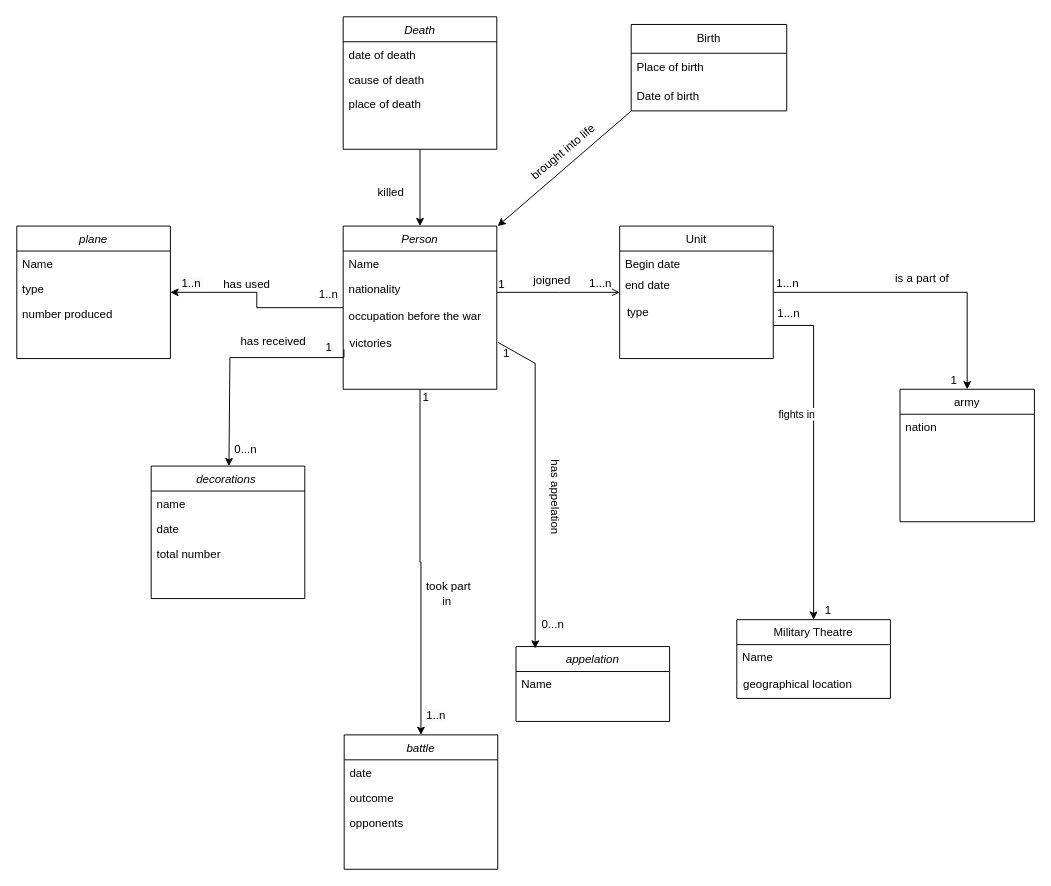
Earlier version of the draw.io diagram testmodele.drawio (samohTDNM/Les-as-de-la-Grande-Guerre-). Source tidied: cells renumbered, new cells numbered last; positions are measured from the earlier drawing's top-left corner, leaving out a move shared by most shapes. Both pictures are drawn from the tidied source at 96%, with x=0, y=0 at pixel (16, 16).
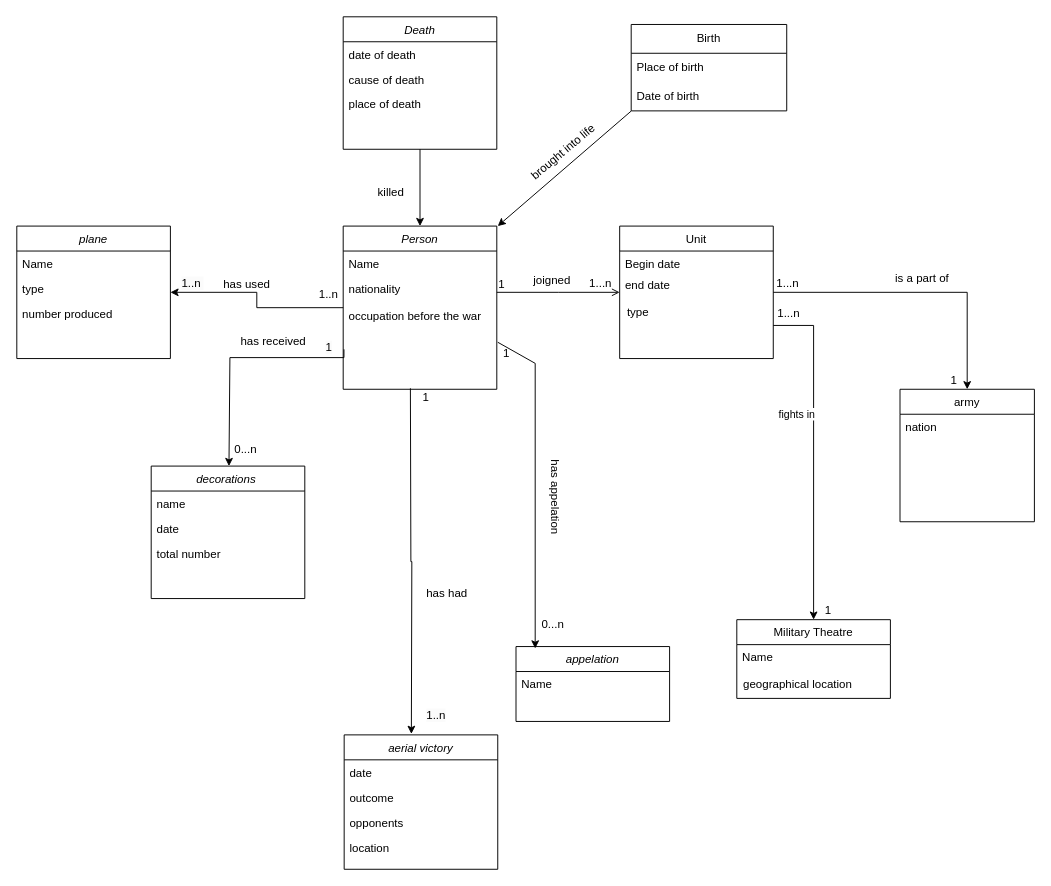
The same page after the edit.

Unchanged cells that the change refers to:
```xml
<mxCell id="4" value="Person" style="swimlane;fontStyle=2;align=center;verticalAlign=top;horizontal=1;startSize=26;rounded=0;shadow=0;strokeWidth=1;" parent="1" vertex="1">
  <mxGeometry x="340" y="218" width="160" height="170" as="geometry" />
</mxCell>
```

Change to the diagram source:
```diff
@@
-    <mxCell id="3" style="edgeStyle=orthogonalEdgeStyle;rounded=0;jettySize=auto;html=1;" parent="1" edge="1" source="4" target="29">
-      <mxGeometry relative="1" as="geometry" />
+    <mxCell id="3" style="edgeStyle=orthogonalEdgeStyle;rounded=0;orthogonalLoop=1;jettySize=auto;html=1;" parent="1" edge="1">
+      <mxGeometry relative="1" as="geometry">
+        <mxPoint x="410" y="387" as="sourcePoint" />
+        <mxPoint x="411" y="747" as="targetPoint" />
+      </mxGeometry>
     </mxCell>
@@
-    <mxCell id="29" value="battle&#10;" style="swimlane;fontStyle=2;align=center;verticalAlign=top;horizontal=1;startSize=26;rounded=0;shadow=0;strokeWidth=1;" parent="1" vertex="1">
+    <mxCell id="29" value="aerial victory" style="swimlane;fontStyle=2;align=center;verticalAlign=top;horizontal=1;startSize=26;rounded=0;shadow=0;strokeWidth=1;" parent="1" vertex="1">
       <mxGeometry x="341" y="748" width="160" height="140" as="geometry" />
     </mxCell>
@@
+    <mxCell id="70" value="location" style="text;align=left;verticalAlign=top;spacingLeft=4;spacingRight=4;overflow=hidden;rounded=0;shadow=0;html=0;" parent="29" vertex="1">
+      <mxGeometry y="104" width="160" height="26" as="geometry" />
+    </mxCell>
@@
-    <mxCell id="37" value="took part in&amp;nbsp;" style="text;html=1;align=center;verticalAlign=middle;whiteSpace=wrap;rounded=0;" parent="1" vertex="1">
+    <mxCell id="37" value="has had&amp;nbsp;" style="text;html=1;align=center;verticalAlign=middle;whiteSpace=wrap;rounded=0;" parent="1" vertex="1">
       <mxGeometry x="420" y="566" width="60" height="70" as="geometry" />
     </mxCell>
@@
-    <mxCell id="44" value="victories&#10;" style="text;align=left;verticalAlign=top;spacingLeft=4;spacingRight=4;overflow=hidden;points=[[0,0.5],[1,0.5]];portConstraint=eastwest;rounded=0;shadow=0;html=0;" parent="1" vertex="1">
+    <mxCell id="44" value="&#10;" style="text;align=left;verticalAlign=top;spacingLeft=4;spacingRight=4;overflow=hidden;points=[[0,0.5],[1,0.5]];portConstraint=eastwest;rounded=0;shadow=0;html=0;" parent="1" vertex="1">
       <mxGeometry x="341" y="326" width="160" height="26" as="geometry" />
     </mxCell>
```
